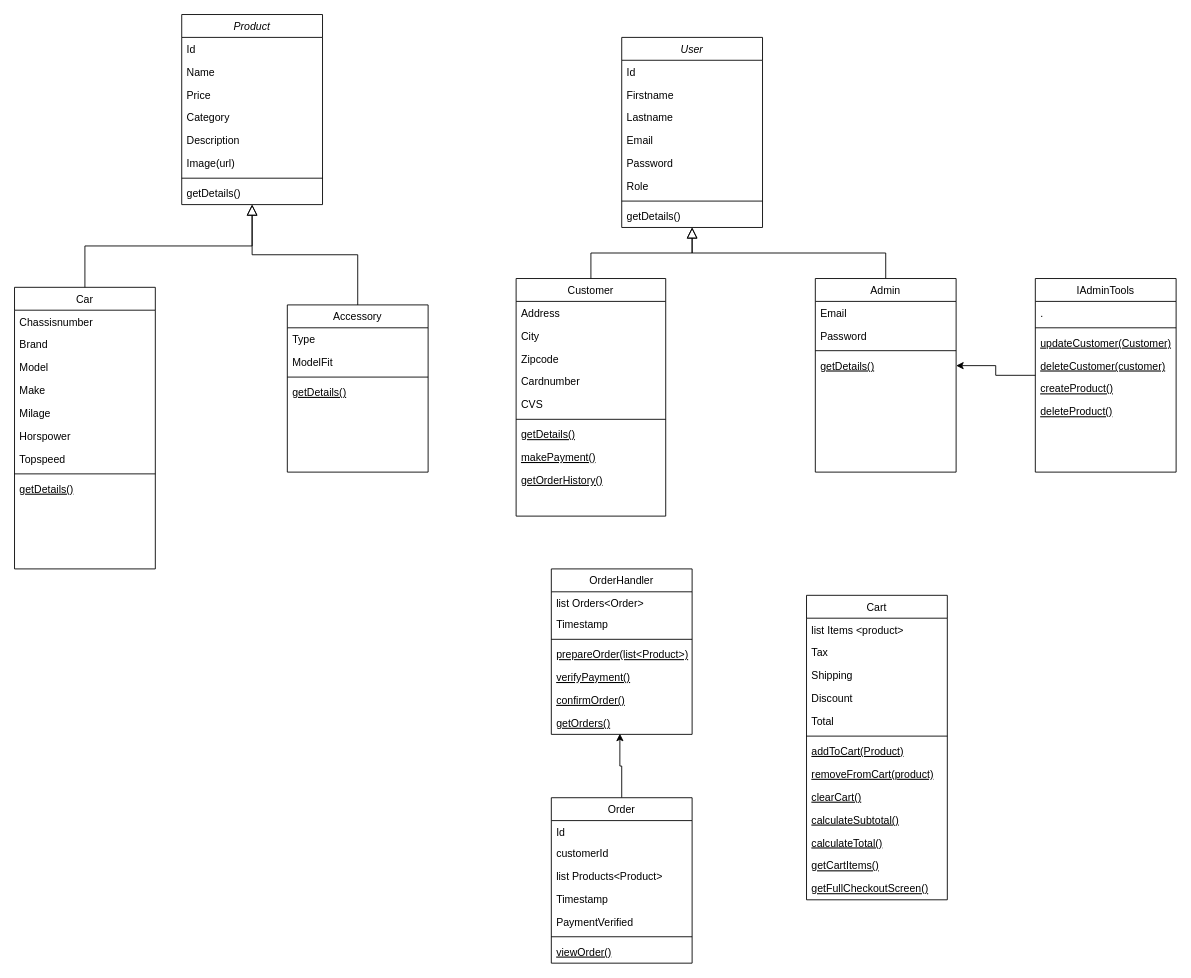
Appohh/BMW_webshop keeps this draw.io diagram as Documentation/Design (visual)/Class diagram.drawio. Above is the earlier version. Source tidied: cells renumbered, new cells numbered last; positions are measured from the earlier drawing's top-left corner, leaving out a move shared by most shapes. Both pictures are drawn from the tidied source at 88%, with x=0, y=0 at pixel (14, 14).
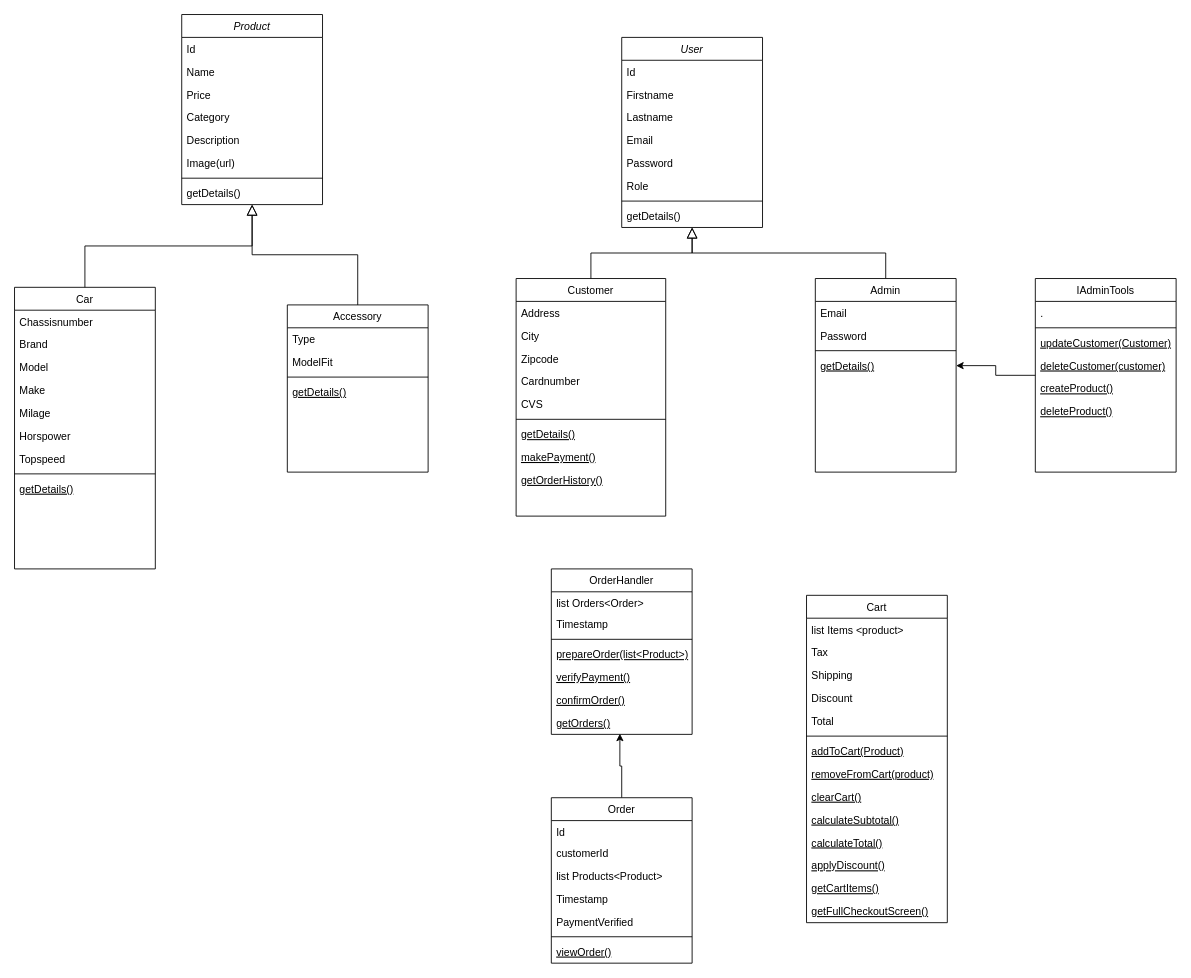
The same page after the edit.

Change to the diagram source:
```diff
@@
     <mxCell id="63" value="Cart" style="swimlane;fontStyle=0;align=center;verticalAlign=top;horizontal=1;startSize=26;rounded=0;shadow=0;strokeWidth=1;" parent="1" vertex="1">
-      <mxGeometry x="900" y="660" width="160" height="346" as="geometry" />
+      <mxGeometry x="900" y="660" width="160" height="372" as="geometry" />
     </mxCell>
@@
-    <mxCell id="75" value="getCartItems()" style="text;align=left;verticalAlign=top;spacingLeft=4;spacingRight=4;overflow=hidden;fontStyle=4;" parent="63" vertex="1">
+    <mxCell id="75" value="applyDiscount()" style="text;align=left;verticalAlign=top;spacingLeft=4;spacingRight=4;overflow=hidden;fontStyle=4;" parent="63" vertex="1">
       <mxGeometry y="294" width="160" height="26" as="geometry" />
     </mxCell>
+    <mxCell id="93" value="getCartItems()" style="text;align=left;verticalAlign=top;spacingLeft=4;spacingRight=4;overflow=hidden;fontStyle=4;" parent="63" vertex="1">
+      <mxGeometry y="320" width="160" height="26" as="geometry" />
+    </mxCell>
     <mxCell id="76" value="getFullCheckoutScreen()" style="text;align=left;verticalAlign=top;spacingLeft=4;spacingRight=4;overflow=hidden;fontStyle=4;" parent="63" vertex="1">
-      <mxGeometry y="320" width="160" height="26" as="geometry" />
+      <mxGeometry y="346" width="160" height="26" as="geometry" />
     </mxCell>
```
